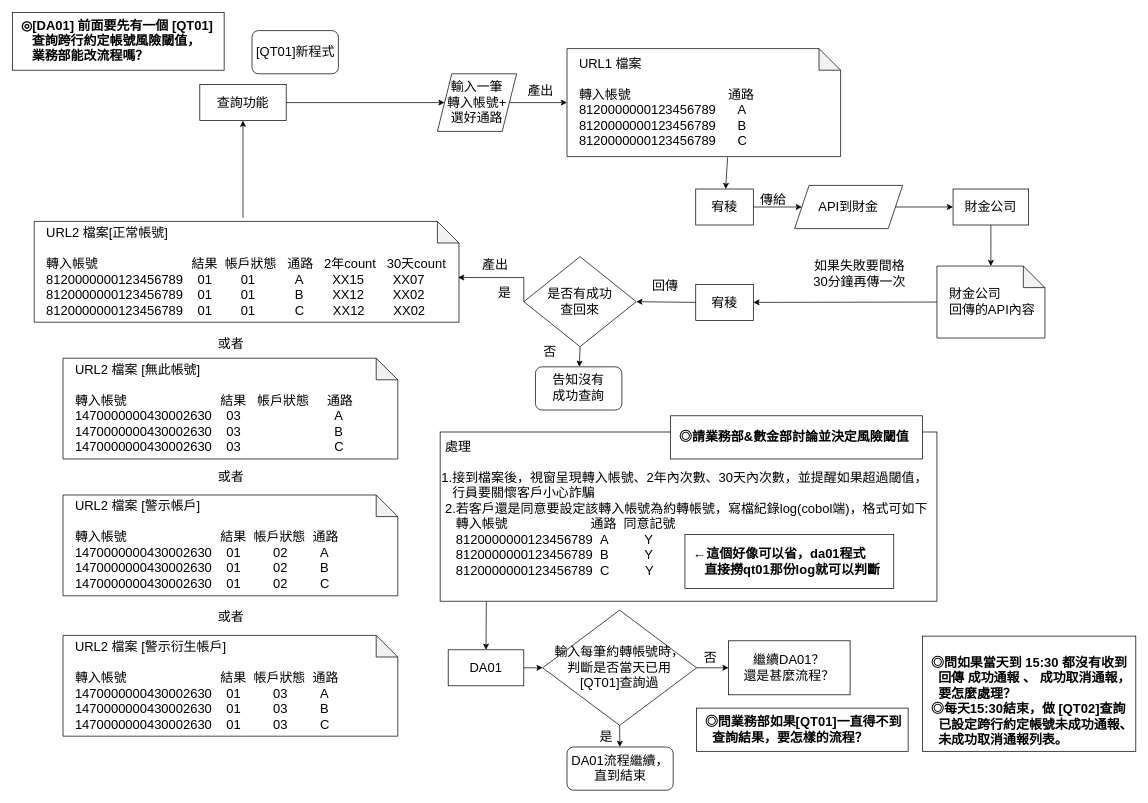
Above: page "查詢" (1 of 6) of 約轉灰名單架構.drawio in yeahyeah0606/yeahyeah0606.github.io (draw.io), before the change. Source tidied: cells renumbered, new cells numbered last; positions are measured from the earlier drawing's top-left corner, leaving out a move shared by most shapes. Both pictures are drawn from the tidied source at 72%, with x=0, y=0 at pixel (12, 12).
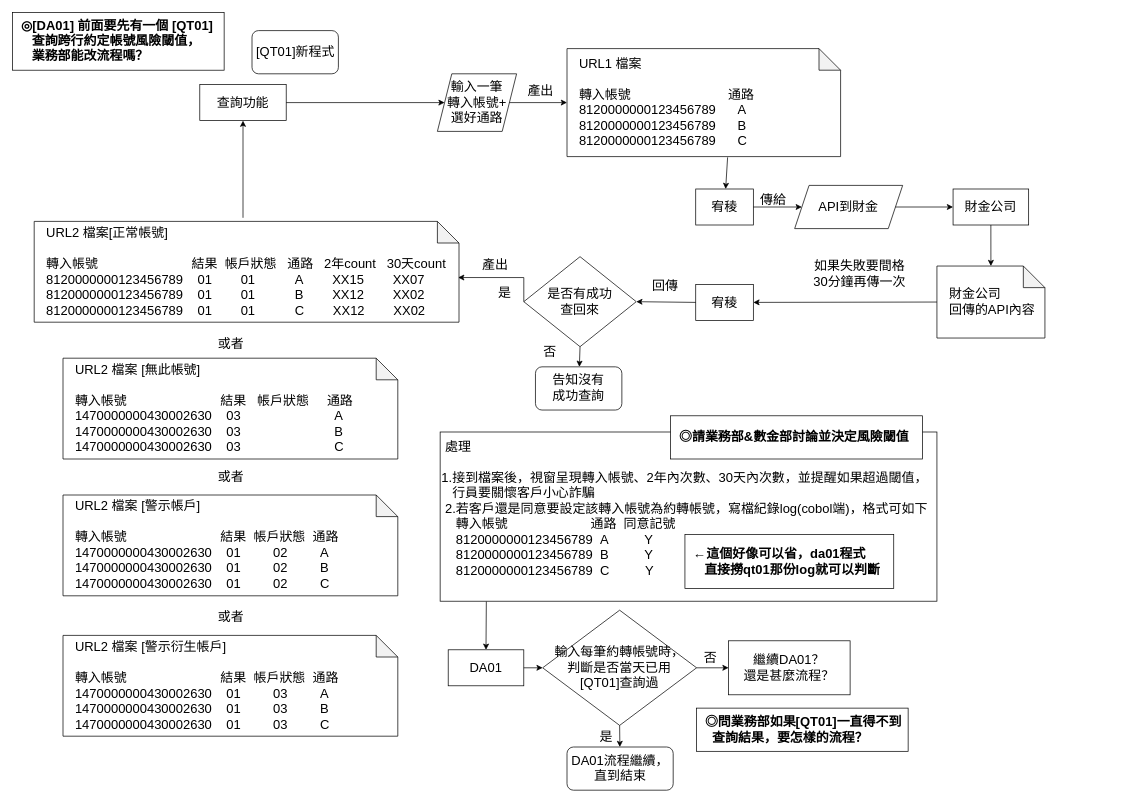
Above is the later version.

What changed in the source:
```diff
@@
-    <mxCell id="53" value="&lt;font style=&quot;&quot;&gt;&lt;font style=&quot;font-weight: bold; font-size: 18px;&quot;&gt;&lt;br&gt;&amp;nbsp; &lt;b style=&quot;border-color: var(--border-color);&quot;&gt;◎&lt;/b&gt;&lt;/font&gt;&lt;b&gt;&lt;font style=&quot;font-size: 18px;&quot;&gt;&lt;font style=&quot;&quot;&gt;問如果當&lt;/font&gt;&lt;span style=&quot;background-color: initial;&quot;&gt;天到 15:30 都沒有收到&amp;nbsp; &lt;br&gt;&amp;nbsp; &amp;nbsp; 回傳 成功通報 、 成功取消通報，&lt;br&gt;&amp;nbsp; &amp;nbsp; 要怎麼處理？&lt;br&gt;&lt;/span&gt;&lt;/font&gt;&lt;/b&gt;&lt;font style=&quot;font-size: 18px;&quot;&gt;&lt;b&gt;&amp;nbsp; ◎每&lt;font style=&quot;&quot;&gt;天&lt;/font&gt;&lt;/b&gt;&lt;/font&gt;&lt;font style=&quot;font-size: 18px;&quot;&gt;&lt;b&gt;15:30結束，做 [QT02]查詢&lt;br style=&quot;border-color: var(--border-color);&quot;&gt;&amp;nbsp; &amp;nbsp; 已設定跨行約定帳號未成功通報、&lt;br style=&quot;border-color: var(--border-color);&quot;&gt;&amp;nbsp; &amp;nbsp; 未成功取消通報列表&lt;/b&gt;&lt;span style=&quot;font-weight: 700;&quot;&gt;。&lt;/span&gt;&lt;/font&gt;&lt;b&gt;&lt;font style=&quot;font-size: 18px;&quot;&gt;&lt;br&gt;&lt;/font&gt;&lt;/b&gt;&lt;/font&gt;" style="rounded=0;whiteSpace=wrap;html=1;align=left;" parent="1" vertex="1">
-      <mxGeometry x="1263.8" y="866" width="296.2" height="160" as="geometry" />
-    </mxCell>
```
